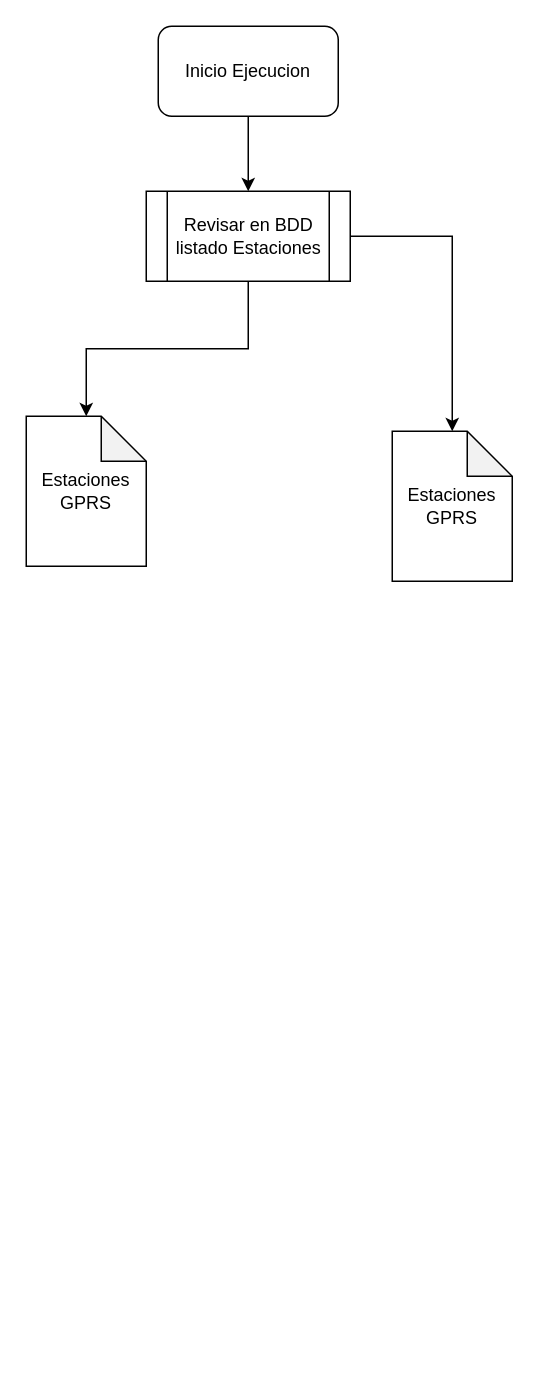
Above: Diagrama sin título.drawio in javiervelasquez/PruebasGit (draw.io), before the change. Source tidied: cells renumbered, new cells numbered last; positions are measured from the earlier drawing's top-left corner, leaving out a move shared by most shapes. Both pictures are drawn from the tidied source at 150%, with x=0, y=0 at pixel (26, 26).
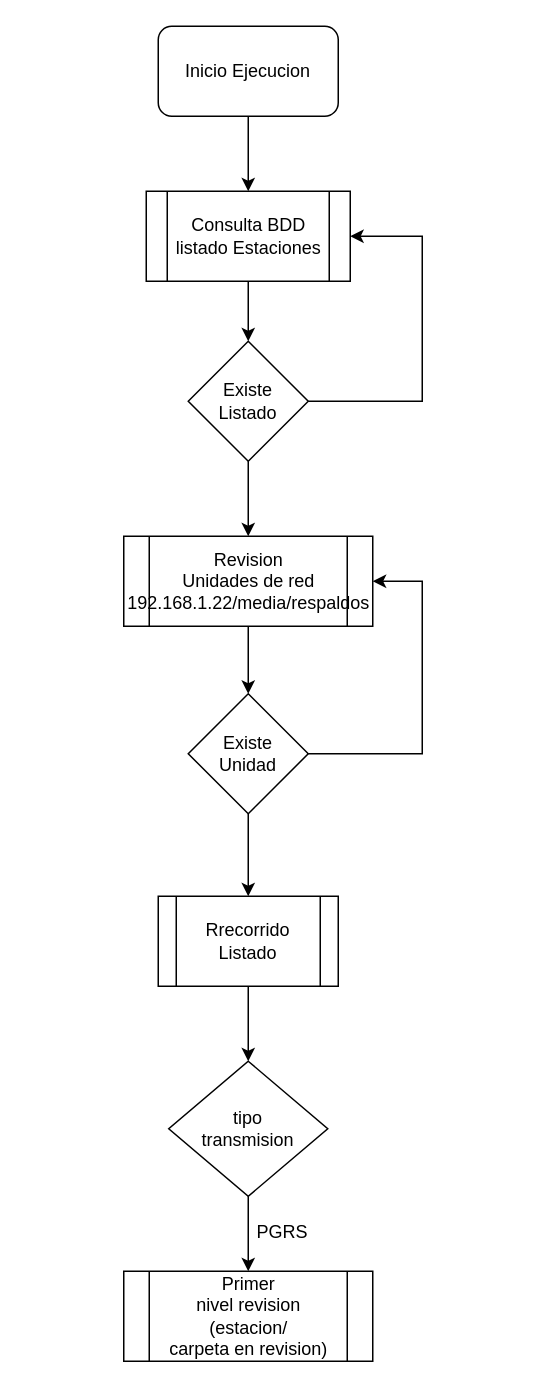
The same diagram, later.

Diff of the diagram source:
```diff
@@
-    <mxCell id="4" style="edgeStyle=orthogonalEdgeStyle;rounded=0;jettySize=auto;html=1;" parent="1" edge="1" source="6" target="7">
+    <mxCell id="4" style="edgeStyle=orthogonalEdgeStyle;rounded=0;jettySize=auto;html=1;" parent="1" edge="1" source="6" target="11">
       <mxGeometry relative="1" as="geometry" />
     </mxCell>
-    <mxCell id="5" style="edgeStyle=orthogonalEdgeStyle;rounded=0;jettySize=auto;html=1;entryX=0.5;entryY=0;entryDx=0;entryDy=0;entryPerimeter=0;" parent="1" edge="1" source="6" target="8">
-      <mxGeometry relative="1" as="geometry" />
-    </mxCell>
-    <mxCell id="6" value="&lt;div&gt;Revisar en BDD&lt;/div&gt;&lt;div&gt;listado Estaciones&lt;br&gt;&lt;/div&gt;" style="shape=process;whiteSpace=wrap;html=1;backgroundOutline=1;" parent="1" vertex="1">
+    <mxCell id="6" value="&lt;div&gt;Consulta BDD&lt;/div&gt;&lt;div&gt;listado Estaciones&lt;br&gt;&lt;/div&gt;" style="shape=process;whiteSpace=wrap;html=1;backgroundOutline=1;" parent="1" vertex="1">
       <mxGeometry x="80" y="110" width="136" height="60" as="geometry" />
     </mxCell>
-    <mxCell id="7" value="Estaciones GPRS" style="shape=note;whiteSpace=wrap;html=1;backgroundOutline=1;darkOpacity=0.05;" parent="1" vertex="1">
-      <mxGeometry y="260" width="80" height="100" as="geometry" />
-    </mxCell>
-    <mxCell id="8" value="Estaciones GPRS" style="shape=note;whiteSpace=wrap;html=1;backgroundOutline=1;darkOpacity=0.05;" parent="1" vertex="1">
-      <mxGeometry x="244" y="270" width="80" height="100" as="geometry" />
-    </mxCell>
+    <mxCell id="9" style="edgeStyle=orthogonalEdgeStyle;rounded=0;jettySize=auto;html=1;entryX=1;entryY=0.5;entryDx=0;entryDy=0;" parent="1" edge="1" source="11" target="6">
+      <mxGeometry relative="1" as="geometry">
+        <Array as="points">
+          <mxPoint x="264" y="250" />
+          <mxPoint x="264" y="140" />
+        </Array>
+      </mxGeometry>
+    </mxCell>
+    <mxCell id="10" style="edgeStyle=orthogonalEdgeStyle;rounded=0;jettySize=auto;html=1;" parent="1" edge="1" source="11" target="13">
+      <mxGeometry relative="1" as="geometry" />
+    </mxCell>
+    <mxCell id="11" value="&lt;div&gt;Existe &lt;br&gt;&lt;/div&gt;&lt;div&gt;Listado&lt;/div&gt;" style="rhombus;whiteSpace=wrap;html=1;" parent="1" vertex="1">
+      <mxGeometry x="108" y="210" width="80" height="80" as="geometry" />
+    </mxCell>
+    <mxCell id="12" style="edgeStyle=orthogonalEdgeStyle;rounded=0;jettySize=auto;html=1;" parent="1" edge="1" source="13" target="16">
+      <mxGeometry relative="1" as="geometry" />
+    </mxCell>
+    <mxCell id="13" value="&lt;div&gt;Revision&lt;/div&gt;&lt;div&gt;Unidades de red&lt;/div&gt;&lt;div&gt;192.168.1.22/media/respaldos&lt;br&gt;&lt;/div&gt;" style="shape=process;whiteSpace=wrap;html=1;backgroundOutline=1;" parent="1" vertex="1">
+      <mxGeometry x="65" y="340" width="166" height="60" as="geometry" />
+    </mxCell>
+    <mxCell id="14" style="edgeStyle=orthogonalEdgeStyle;rounded=0;jettySize=auto;html=1;entryX=1;entryY=0.5;entryDx=0;entryDy=0;" parent="1" edge="1" source="16" target="13">
+      <mxGeometry relative="1" as="geometry">
+        <Array as="points">
+          <mxPoint x="264" y="485" />
+          <mxPoint x="264" y="370" />
+        </Array>
+      </mxGeometry>
+    </mxCell>
+    <mxCell id="15" style="edgeStyle=orthogonalEdgeStyle;rounded=0;jettySize=auto;html=1;" parent="1" edge="1" source="16" target="18">
+      <mxGeometry relative="1" as="geometry" />
+    </mxCell>
+    <mxCell id="16" value="&lt;div&gt;Existe&lt;/div&gt;&lt;div&gt;Unidad&lt;/div&gt;" style="rhombus;whiteSpace=wrap;html=1;" parent="1" vertex="1">
+      <mxGeometry x="108" y="445" width="80" height="80" as="geometry" />
+    </mxCell>
+    <mxCell id="17" style="edgeStyle=orthogonalEdgeStyle;rounded=0;jettySize=auto;html=1;" parent="1" edge="1" source="18" target="20">
+      <mxGeometry relative="1" as="geometry" />
+    </mxCell>
+    <mxCell id="18" value="&lt;div&gt;Rrecorrido&lt;/div&gt;&lt;div&gt;Listado&lt;br&gt;&lt;/div&gt;" style="shape=process;whiteSpace=wrap;html=1;backgroundOutline=1;" parent="1" vertex="1">
+      <mxGeometry x="88" y="580" width="120" height="60" as="geometry" />
+    </mxCell>
+    <mxCell id="19" style="edgeStyle=orthogonalEdgeStyle;rounded=0;jettySize=auto;html=1;" parent="1" edge="1" source="20" target="21">
+      <mxGeometry relative="1" as="geometry" />
+    </mxCell>
+    <mxCell id="20" value="&lt;div&gt;tipo&lt;/div&gt;&lt;div&gt;transmision&lt;br&gt;&lt;/div&gt;" style="rhombus;whiteSpace=wrap;html=1;" parent="1" vertex="1">
+      <mxGeometry x="95" y="690" width="106" height="90" as="geometry" />
+    </mxCell>
+    <mxCell id="21" value="&lt;div&gt;Primer&lt;/div&gt;&lt;div&gt;nivel revision&lt;/div&gt;&lt;div&gt;(estacion/&lt;/div&gt;&lt;div&gt;carpeta en revision)&lt;br&gt;&lt;/div&gt;" style="shape=process;whiteSpace=wrap;html=1;backgroundOutline=1;" parent="1" vertex="1">
+      <mxGeometry x="65" y="830" width="166" height="60" as="geometry" />
+    </mxCell>
+    <mxCell id="22" value="PGRS" style="text;strokeColor=none;fillColor=none;spacingLeft=4;spacingRight=4;overflow=hidden;fontSize=12;whiteSpace=wrap;html=1;" parent="1" vertex="1">
+      <mxGeometry x="148" y="790" width="56" height="30" as="geometry" />
+    </mxCell>
```
